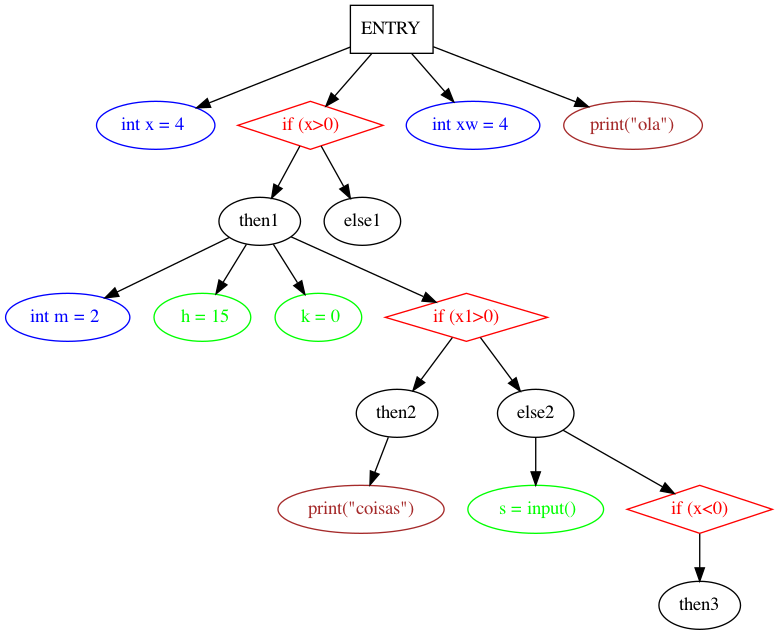
Above: TP3/doctest-output/sdg.gv.png in saracqueiros/EG22 (Graphviz), before the change. Its source is kept beside it as TP3/doctest-output/sdg.gv.
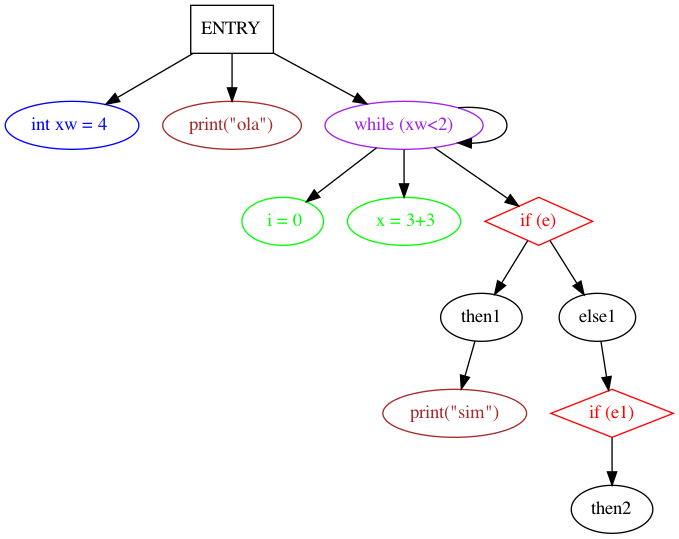
After the change.

What changed in the source:
```diff
@@ -1,33 +1,25 @@
 digraph sdg {
 	graph [rankdir=TB]
 	ENTRY [shape=box]
-	"int x = 4 " [color=blue fontcolor=blue]
-	ENTRY -> "int x = 4 "
-	"if (x>0)" [color=red fontcolor=red shape=diamond]
-	ENTRY -> "if (x>0)"
-	"if (x>0)" -> then1
-	"int m = 2 " [color=blue fontcolor=blue]
-	then1 -> "int m = 2 "
-	" h = 15" [color=green fontcolor=green]
-	then1 -> " h = 15"
-	" k = 0" [color=green fontcolor=green]
-	then1 -> " k = 0"
-	"if (x1>0)" [color=red fontcolor=red shape=diamond]
-	then1 -> "if (x1>0)"
-	"if (x1>0)" -> then2
-	"print(\"coisas\")" [color=brown fontcolor=brown]
-	then2 -> "print(\"coisas\")"
-	else2
-	"if (x1>0)" -> else2
-	" s = input()" [color=green fontcolor=green]
-	else2 -> " s = input()"
-	"if (x<0)" [color=red fontcolor=red shape=diamond]
-	else2 -> "if (x<0)"
-	"if (x<0)" -> then3
-	else1
-	"if (x>0)" -> else1
 	"int xw = 4 " [color=blue fontcolor=blue]
 	ENTRY -> "int xw = 4 "
 	"print(\"ola\")" [color=brown fontcolor=brown]
 	ENTRY -> "print(\"ola\")"
+	"while (xw<2)" [color=purple fontcolor=purple]
+	"while (xw<2)" -> "while (xw<2)"
+	ENTRY -> "while (xw<2)"
+	" i = 0" [color=green fontcolor=green]
+	"while (xw<2)" -> " i = 0"
+	" x = 3+3" [color=green fontcolor=green]
+	"while (xw<2)" -> " x = 3+3"
+	"if (e)" [color=red fontcolor=red shape=diamond]
+	"while (xw<2)" -> "if (e)"
+	"if (e)" -> then1
+	"print(\"sim\")" [color=brown fontcolor=brown]
+	then1 -> "print(\"sim\")"
+	else1
+	"if (e)" -> else1
+	"if (e1)" [color=red fontcolor=red shape=diamond]
+	else1 -> "if (e1)"
+	"if (e1)" -> then2
 }
```
